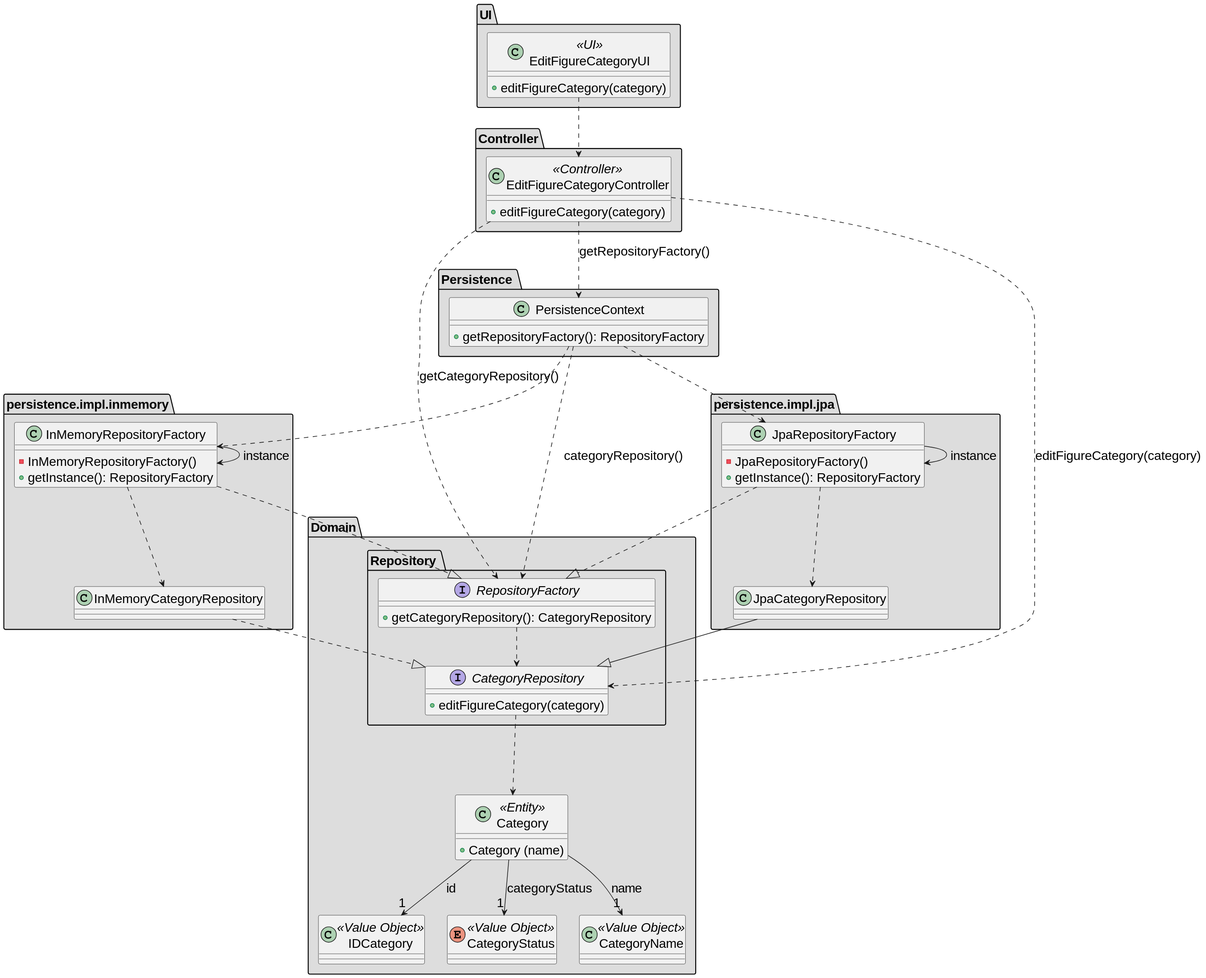
Earlier version of the PlantUML export docs/SPRINT_2/US246/images/class-diagram-246.svg (diogoveirospro/sem4pi-2024-2025-sem4pi_2024_2025_g44). Source of this version:
```plantuml
@startuml
skinparamlocked defaultFontSize 20
set separator none

package "Persistence " #DDDDDD {
    class PersistenceContext {
        + getRepositoryFactory(): RepositoryFactory
    }
}

package "persistence.impl.jpa" #DDDDDD {
    class JpaRepositoryFactory {
        - JpaRepositoryFactory()
        + getInstance(): RepositoryFactory
    }

    class JpaCategoryRepository {
    }

}

package "persistence.impl.inmemory" #DDDDDD {
    class InMemoryRepositoryFactory {
        - InMemoryRepositoryFactory()
        + getInstance(): RepositoryFactory
    }

    class InMemoryCategoryRepository {
    }
}

package "Domain" #DDDDDD {


    package "Repository " #DDDDDD {
        interface RepositoryFactory {
            + getCategoryRepository(): CategoryRepository
        }

        interface CategoryRepository {
            + editFigureCategory(category)
        }

    }

    class Category <<Entity>>{
        + Category (name)
    }

    class IDCategory <<Value Object>>{
    }

    enum CategoryStatus <<Value Object>>{
    }

    class CategoryName <<Value Object>>{
    }

}

package "UI" #DDDDDD {
    class EditFigureCategoryUI <<UI>> {
        + editFigureCategory(category)
    }
}

package "Controller" #DDDDDD {
    class EditFigureCategoryController <<Controller>> {
        + editFigureCategory(category)
    }
}


    PersistenceContext ..> RepositoryFactory: categoryRepository()
    PersistenceContext ..> JpaRepositoryFactory
    PersistenceContext ..> InMemoryRepositoryFactory


    JpaCategoryRepository --|> CategoryRepository

    JpaRepositoryFactory ..|> RepositoryFactory
    JpaRepositoryFactory ..> JpaCategoryRepository
    JpaRepositoryFactory --> JpaRepositoryFactory: instance


    InMemoryCategoryRepository ..|> CategoryRepository

    InMemoryRepositoryFactory ..|> RepositoryFactory
    InMemoryRepositoryFactory ..> InMemoryCategoryRepository
    InMemoryRepositoryFactory --> InMemoryRepositoryFactory: instance


    CategoryRepository ...> Category

    RepositoryFactory ..> CategoryRepository


    Category --> "1" IDCategory: id
    Category --> "1" CategoryStatus: categoryStatus
    Category --> "1" CategoryName: name


    EditFigureCategoryUI ..> EditFigureCategoryController


    EditFigureCategoryController ..> PersistenceContext : getRepositoryFactory()
    EditFigureCategoryController ..> RepositoryFactory : getCategoryRepository()
    EditFigureCategoryController ..> CategoryRepository : editFigureCategory(category)
@enduml
```
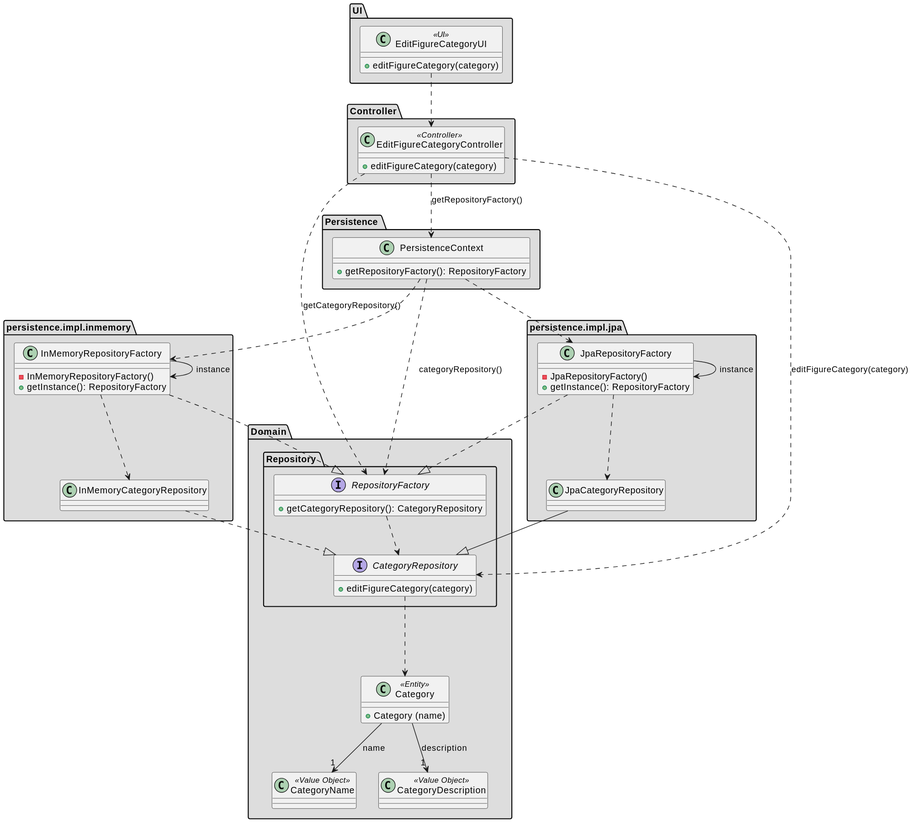
Later version of the same file.

Commit message:
#62 Corrected the domain model and class diagram of us 245

Change to the diagram source:
```diff
@@ -1,5 +1,4 @@
 @startuml
-skinparamlocked defaultFontSize 20
 set separator none
 
 package "Persistence " #DDDDDD {
@@ -47,13 +46,10 @@
         + Category (name)
     }
 
-    class IDCategory <<Value Object>>{
+    class CategoryName <<Value Object>>{
     }
 
-    enum CategoryStatus <<Value Object>>{
-    }
-
-    class CategoryName <<Value Object>>{
+    class CategoryDescription <<Value Object>>{
     }
 
 }
@@ -95,9 +91,8 @@
     RepositoryFactory ..> CategoryRepository
 
 
-    Category --> "1" IDCategory: id
-    Category --> "1" CategoryStatus: categoryStatus
     Category --> "1" CategoryName: name
+    Category --> "1" CategoryDescription: description
 
 
     EditFigureCategoryUI ..> EditFigureCategoryController
```
